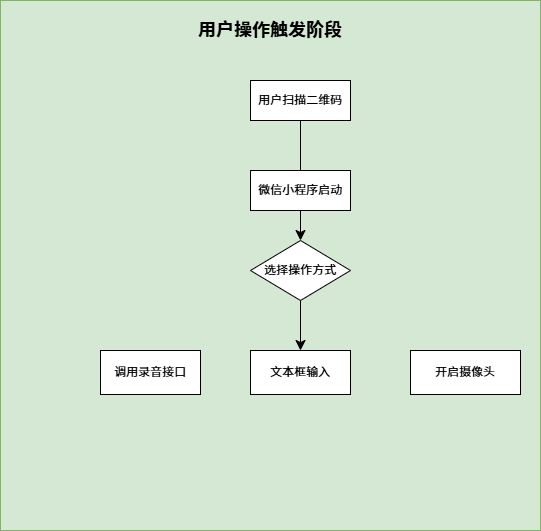
Above: 技术路线图2.drawio.png in lpy817/-AI- (draw.io), before the change. Source tidied: cells renumbered, new cells last; positions are measured from the earlier drawing's top-left corner, leaving out a move shared by most shapes. The source it was exported from:
```xml
<mxGraphModel>
  <root>
    <mxCell id="0" />
    <mxCell id="1" parent="0" />
    <mxCell id="2" style="rounded=0;whiteSpace=wrap;html=1;fillColor=#d5e8d4;strokeColor=#82b366;" parent="1" vertex="1">
      <mxGeometry width="540" height="530" as="geometry" />
    </mxCell>
    <mxCell id="3" value="&lt;b&gt;&lt;font style=&quot;font-size: 18px;&quot;&gt;用户操作触发阶段&lt;/font&gt;&lt;/b&gt;" style="rounded=1;whiteSpace=wrap;html=1;fillColor=none;strokeColor=none;" parent="1" vertex="1">
      <mxGeometry x="175" width="190" height="60" as="geometry" />
    </mxCell>
    <mxCell id="4" style="edgeStyle=none;curved=1;rounded=0;jettySize=auto;html=1;fontSize=12;startSize=8;endSize=8;" parent="1" edge="1" source="5" target="8">
      <mxGeometry relative="1" as="geometry" />
    </mxCell>
    <mxCell id="5" value="用户扫描二维码" style="rounded=0;whiteSpace=wrap;html=1;" parent="1" vertex="1">
      <mxGeometry x="250" y="80" width="100" height="40" as="geometry" />
    </mxCell>
    <mxCell id="6" value="微信小程序启动" style="rounded=0;whiteSpace=wrap;html=1;" parent="1" vertex="1">
      <mxGeometry x="250" y="170" width="100" height="40" as="geometry" />
    </mxCell>
    <mxCell id="7" style="edgeStyle=none;curved=1;rounded=0;jettySize=auto;html=1;fontSize=12;startSize=8;endSize=8;" parent="1" edge="1" source="8" target="10">
      <mxGeometry relative="1" as="geometry" />
    </mxCell>
    <mxCell id="8" value="选择操作方式" style="rhombus;whiteSpace=wrap;html=1;" parent="1" vertex="1">
      <mxGeometry x="250" y="240" width="100" height="60" as="geometry" />
    </mxCell>
    <mxCell id="9" value="调用录音接口" style="rounded=0;whiteSpace=wrap;html=1;" parent="1" vertex="1">
      <mxGeometry x="100" y="350" width="100" height="44" as="geometry" />
    </mxCell>
    <mxCell id="10" value="文本框输入" style="rounded=0;whiteSpace=wrap;html=1;" parent="1" vertex="1">
      <mxGeometry x="250" y="350" width="100" height="44" as="geometry" />
    </mxCell>
    <mxCell id="11" value="开启摄像头" style="rounded=0;whiteSpace=wrap;html=1;" parent="1" vertex="1">
      <mxGeometry x="410" y="350" width="110" height="44" as="geometry" />
    </mxCell>
  </root>
</mxGraphModel>
```
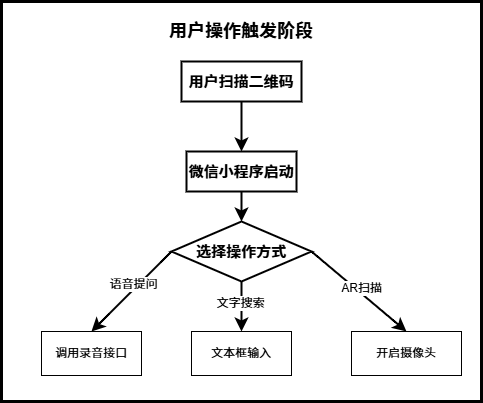
After the change.

Commit message:
更新技术路线图2.drawio.png

Change to the diagram source:
```diff
@@ -2,26 +2,29 @@
   <root>
     <mxCell id="0" />
     <mxCell id="1" parent="0" />
-    <mxCell id="2" style="rounded=0;whiteSpace=wrap;html=1;fillColor=#d5e8d4;strokeColor=#82b366;" parent="1" vertex="1">
-      <mxGeometry width="540" height="530" as="geometry" />
+    <mxCell id="2" style="rounded=0;whiteSpace=wrap;html=1;fillColor=none;strokeWidth=3;" parent="1" vertex="1">
+      <mxGeometry x="60" y="20" width="480" height="400" as="geometry" />
     </mxCell>
     <mxCell id="3" value="&lt;b&gt;&lt;font style=&quot;font-size: 18px;&quot;&gt;用户操作触发阶段&lt;/font&gt;&lt;/b&gt;" style="rounded=1;whiteSpace=wrap;html=1;fillColor=none;strokeColor=none;" parent="1" vertex="1">
-      <mxGeometry x="175" width="190" height="60" as="geometry" />
+      <mxGeometry x="205" y="20" width="190" height="60" as="geometry" />
     </mxCell>
-    <mxCell id="4" style="edgeStyle=none;curved=1;rounded=0;jettySize=auto;html=1;fontSize=12;startSize=8;endSize=8;" parent="1" edge="1" source="5" target="8">
+    <mxCell id="4" style="edgeStyle=none;curved=1;rounded=0;jettySize=auto;html=1;fontSize=12;startSize=8;endSize=8;entryX=0.5;entryY=0;entryDx=0;entryDy=0;strokeWidth=2;" parent="1" edge="1" source="5" target="6">
       <mxGeometry relative="1" as="geometry" />
     </mxCell>
-    <mxCell id="5" value="用户扫描二维码" style="rounded=0;whiteSpace=wrap;html=1;" parent="1" vertex="1">
-      <mxGeometry x="250" y="80" width="100" height="40" as="geometry" />
+    <mxCell id="5" value="&lt;b&gt;&lt;font style=&quot;font-size: 15px;&quot;&gt;用户扫描二维码&lt;/font&gt;&lt;/b&gt;" style="rounded=0;whiteSpace=wrap;html=1;strokeWidth=2;" parent="1" vertex="1">
+      <mxGeometry x="240" y="80" width="120" height="40" as="geometry" />
     </mxCell>
-    <mxCell id="6" value="微信小程序启动" style="rounded=0;whiteSpace=wrap;html=1;" parent="1" vertex="1">
-      <mxGeometry x="250" y="170" width="100" height="40" as="geometry" />
+    <mxCell id="6" value="&lt;b&gt;&lt;font style=&quot;font-size: 15px;&quot;&gt;微信小程序启动&lt;/font&gt;&lt;/b&gt;" style="rounded=0;whiteSpace=wrap;html=1;strokeWidth=2;" parent="1" vertex="1">
+      <mxGeometry x="245" y="170" width="110" height="40" as="geometry" />
     </mxCell>
-    <mxCell id="7" style="edgeStyle=none;curved=1;rounded=0;jettySize=auto;html=1;fontSize=12;startSize=8;endSize=8;" parent="1" edge="1" source="8" target="10">
+    <mxCell id="7" style="edgeStyle=orthogonalEdgeStyle;curved=1;rounded=0;jettySize=auto;html=1;fontSize=12;startSize=8;endSize=8;strokeWidth=2;" parent="1" edge="1" source="8" target="10">
       <mxGeometry relative="1" as="geometry" />
     </mxCell>
+    <mxCell id="12" value="文字搜索" style="edgeLabel;html=1;align=center;verticalAlign=middle;fontSize=12;fontFamily=Helvetica;fontColor=default;labelBackgroundColor=default;" parent="7" vertex="1">
+      <mxGeometry x="-0.15" y="-2" relative="1" as="geometry" />
+    </mxCell>
-    <mxCell id="8" value="选择操作方式" style="rhombus;whiteSpace=wrap;html=1;" parent="1" vertex="1">
-      <mxGeometry x="250" y="240" width="100" height="60" as="geometry" />
+    <mxCell id="8" value="&lt;b&gt;&lt;font style=&quot;font-size: 15px;&quot;&gt;选择操作方式&lt;/font&gt;&lt;/b&gt;" style="rhombus;whiteSpace=wrap;html=1;strokeWidth=2;" parent="1" vertex="1">
+      <mxGeometry x="230" y="240" width="140" height="60" as="geometry" />
     </mxCell>
     <mxCell id="9" value="调用录音接口" style="rounded=0;whiteSpace=wrap;html=1;" parent="1" vertex="1">
       <mxGeometry x="100" y="350" width="100" height="44" as="geometry" />
@@ -32,5 +35,22 @@
     <mxCell id="11" value="开启摄像头" style="rounded=0;whiteSpace=wrap;html=1;" parent="1" vertex="1">
       <mxGeometry x="410" y="350" width="110" height="44" as="geometry" />
     </mxCell>
+    <mxCell id="13" style="endArrow=classic;html=1;rounded=0;fontSize=12;startSize=8;endSize=8;curved=1;exitX=0;exitY=0.5;exitDx=0;exitDy=0;entryX=0.5;entryY=0;entryDx=0;entryDy=0;strokeWidth=2;" parent="1" edge="1" source="8" target="9">
+      <mxGeometry relative="1" as="geometry" />
+    </mxCell>
+    <mxCell id="14" value="语音提问" style="edgeLabel;html=1;align=center;verticalAlign=middle;fontSize=12;fontFamily=Helvetica;fontColor=default;labelBackgroundColor=default;" parent="13" vertex="1">
+      <mxGeometry x="-0.12" y="-4" relative="1" as="geometry" />
+    </mxCell>
+    <mxCell id="15" style="endArrow=classic;html=1;rounded=0;fontSize=12;startSize=8;endSize=8;curved=1;entryX=0.5;entryY=0;entryDx=0;entryDy=0;exitX=1;exitY=0.5;exitDx=0;exitDy=0;strokeWidth=2;" parent="1" edge="1" source="8" target="11">
+      <mxGeometry relative="1" as="geometry" />
+    </mxCell>
+    <mxCell id="16" value="AR扫描" style="edgeLabel;html=1;align=center;verticalAlign=middle;fontSize=12;fontFamily=Helvetica;fontColor=default;labelBackgroundColor=default;" parent="15" vertex="1">
+      <mxGeometry x="-0.02" y="4" relative="1" as="geometry" />
+    </mxCell>
+    <mxCell id="17" style="endArrow=classic;html=1;rounded=0;strokeColor=default;strokeWidth=2;align=center;verticalAlign=middle;fontFamily=Helvetica;fontSize=12;fontColor=default;labelBackgroundColor=default;edgeStyle=none;startSize=8;endSize=8;curved=1;entryX=0.5;entryY=0;entryDx=0;entryDy=0;" parent="1" edge="1" target="8">
+      <mxGeometry relative="1" as="geometry">
+        <mxPoint x="300" y="210" as="sourcePoint" />
+      </mxGeometry>
+    </mxCell>
   </root>
 </mxGraphModel>
```
